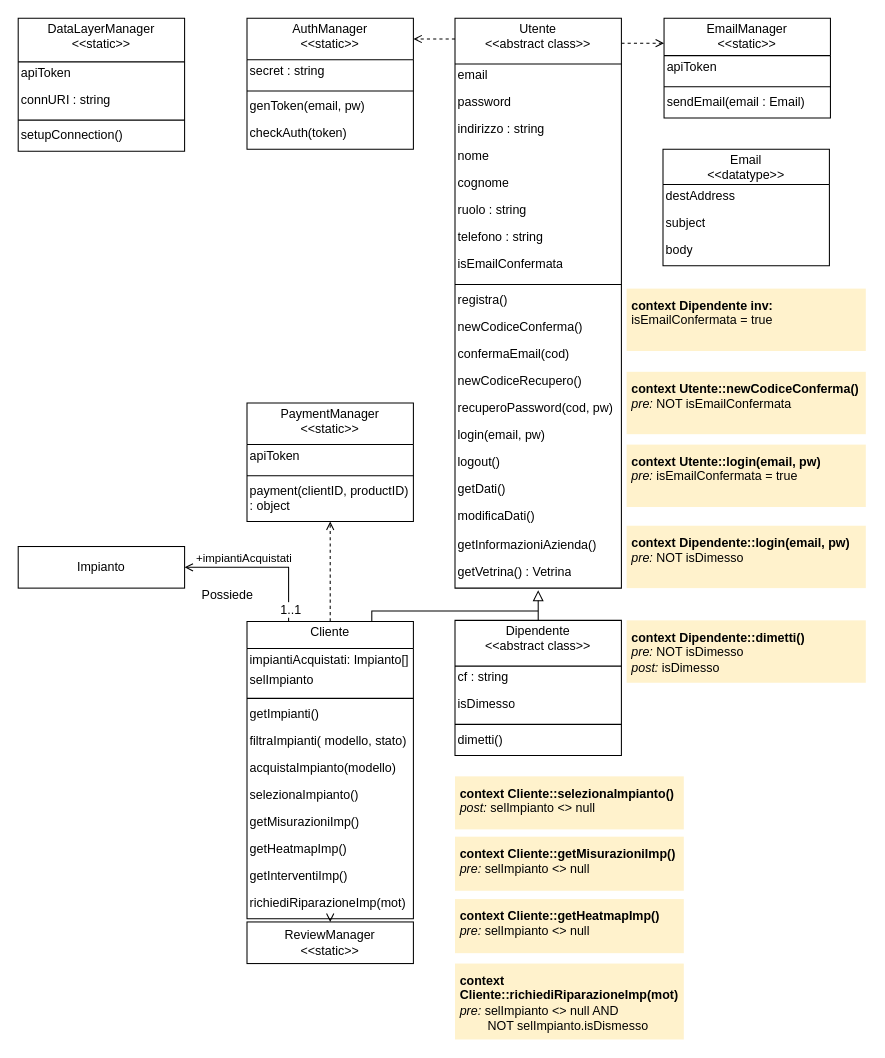
amanfucci/ardeeno-workondeliverables keeps this draw.io diagram as page "Utente OCL" (7 of 10) of deliverables/d3/.media/.drawio/classi.drawio. Above is the earlier version. Source tidied: cells renumbered, new cells numbered last; positions are measured from the earlier drawing's top-left corner, leaving out a move shared by most shapes. Both pictures are drawn from the tidied source at 104%, with x=0, y=0 at pixel (18, 18).
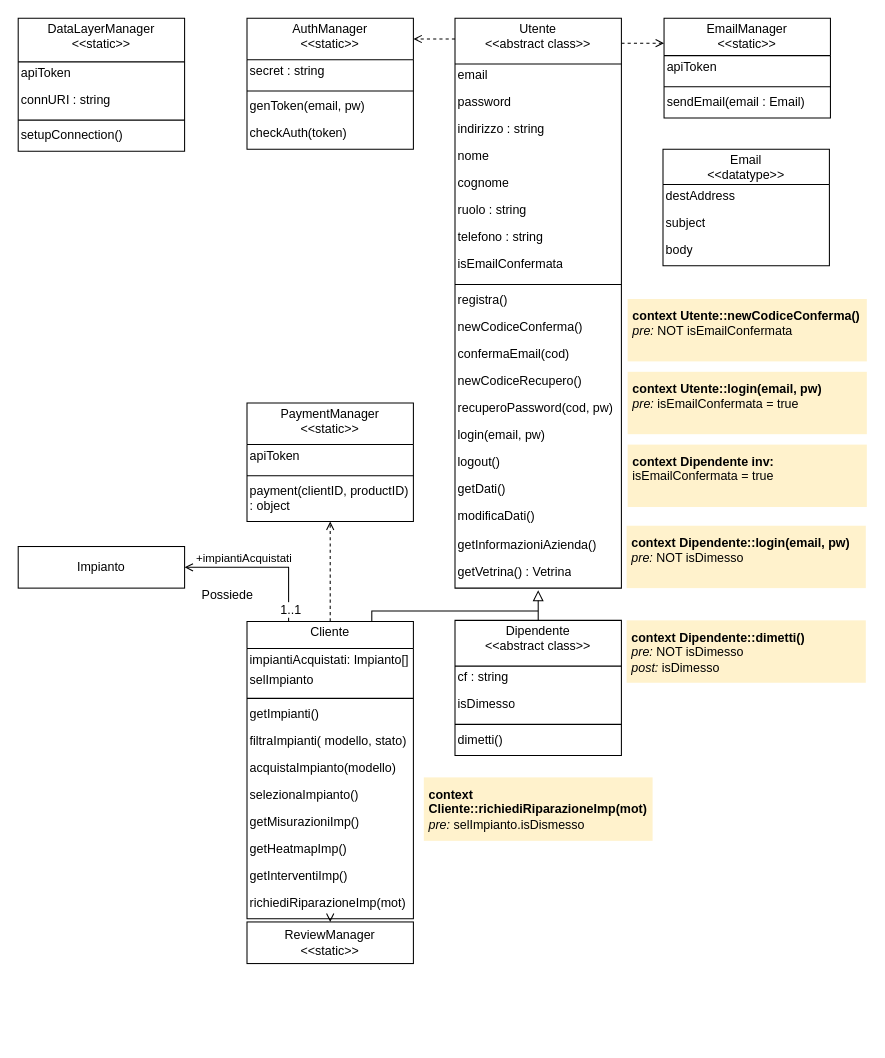
The same diagram, later.

What changed in the source:
```diff
@@
     <mxCell id="73" value="&lt;b&gt;context Utente::login(email, pw)&lt;br&gt;&lt;/b&gt;&lt;i&gt;pre:&lt;/i&gt; isEmailConfermata = true" style="text;html=1;strokeColor=none;fillColor=#fff2cc;align=left;verticalAlign=top;whiteSpace=wrap;rounded=0;spacing=5;noLabel=0;" parent="1" vertex="1">
-      <mxGeometry x="585" y="410" width="230" height="60" as="geometry" />
+      <mxGeometry x="586" y="340" width="230" height="60" as="geometry" />
     </mxCell>
@@
     <mxCell id="75" value="&lt;b&gt;context Dipendente inv:&lt;br&gt;&lt;/b&gt;isEmailConfermata = true" style="text;html=1;strokeColor=none;fillColor=#fff2cc;align=left;verticalAlign=top;whiteSpace=wrap;rounded=0;spacing=5;noLabel=0;" parent="1" vertex="1">
-      <mxGeometry x="585" y="260" width="230" height="60" as="geometry" />
+      <mxGeometry x="586" y="410" width="230" height="60" as="geometry" />
     </mxCell>
     <mxCell id="76" value="&lt;b&gt;context Utente::newCodiceConferma()&lt;/b&gt;&lt;br&gt;&lt;i&gt;pre:&lt;/i&gt;&amp;nbsp;NOT isEmailConfermata" style="text;html=1;strokeColor=none;fillColor=#fff2cc;align=left;verticalAlign=top;whiteSpace=wrap;rounded=0;spacing=5;noLabel=0;" parent="1" vertex="1">
-      <mxGeometry x="585" y="340" width="230" height="60" as="geometry" />
+      <mxGeometry x="586" y="270" width="230" height="60" as="geometry" />
     </mxCell>
-    <mxCell id="77" value="&lt;b&gt;context Cliente::richiediRiparazioneImp(mot)&lt;br&gt;&lt;/b&gt;&lt;i&gt;pre:&lt;/i&gt; selImpianto &amp;lt;&amp;gt; null AND&amp;nbsp;&lt;br&gt;&lt;span style=&quot;white-space: pre;&quot;&gt;&#9;&lt;/span&gt;NOT selImpianto.isDismesso" style="text;html=1;strokeColor=none;fillColor=#fff2cc;align=left;verticalAlign=top;whiteSpace=wrap;rounded=0;spacing=5;noLabel=0;" parent="1" vertex="1">
-      <mxGeometry x="420" y="909" width="220" height="73" as="geometry" />
+    <mxCell id="77" value="&lt;b&gt;context Cliente::richiediRiparazioneImp(mot)&lt;br&gt;&lt;/b&gt;&lt;i&gt;pre:&lt;/i&gt; selImpianto.isDismesso" style="text;html=1;strokeColor=none;fillColor=#fff2cc;align=left;verticalAlign=top;whiteSpace=wrap;rounded=0;spacing=5;noLabel=0;" parent="1" vertex="1">
+      <mxGeometry x="390" y="730" width="220" height="61" as="geometry" />
     </mxCell>
@@
-    <mxCell id="79" value="&lt;b&gt;context Cliente::getMisurazioniImp()&lt;br&gt;&lt;/b&gt;&lt;i&gt;pre:&lt;/i&gt; selImpianto &amp;lt;&amp;gt; null" style="text;html=1;strokeColor=none;fillColor=#fff2cc;align=left;verticalAlign=top;whiteSpace=wrap;rounded=0;spacing=5;noLabel=0;" parent="1" vertex="1">
-      <mxGeometry x="420" y="787" width="220" height="52" as="geometry" />
-    </mxCell>
-    <mxCell id="80" value="&lt;b&gt;context Cliente::getHeatmapImp()&lt;br&gt;&lt;/b&gt;&lt;i&gt;pre:&lt;/i&gt; selImpianto &amp;lt;&amp;gt; null" style="text;html=1;strokeColor=none;fillColor=#fff2cc;align=left;verticalAlign=top;whiteSpace=wrap;rounded=0;spacing=5;noLabel=0;" parent="1" vertex="1">
-      <mxGeometry x="420" y="847" width="220" height="52" as="geometry" />
-    </mxCell>
-    <mxCell id="81" value="&lt;b&gt;context Cliente::selezionaImpianto()&lt;br&gt;&lt;/b&gt;&lt;i&gt;post:&lt;/i&gt; selImpianto &amp;lt;&amp;gt; null" style="text;html=1;strokeColor=none;fillColor=#fff2cc;align=left;verticalAlign=top;whiteSpace=wrap;rounded=0;spacing=5;noLabel=0;" parent="1" vertex="1">
-      <mxGeometry x="420" y="729" width="220" height="51" as="geometry" />
-    </mxCell>
```
